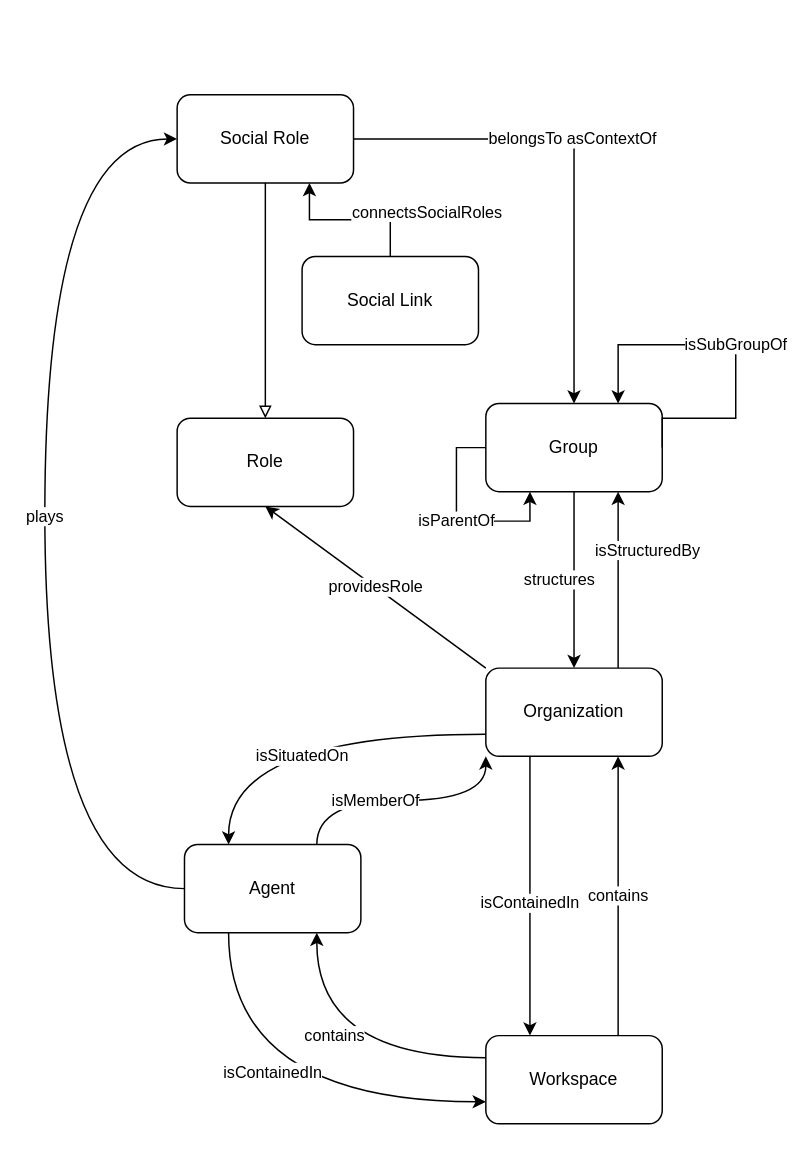
Above: domains/logistics/structure-organization/structure-organization.drawio in HyperAgents/hmas (draw.io), before the change. Source tidied: cells renumbered, new cells numbered last; positions are measured from the earlier drawing's top-left corner, leaving out a move shared by most shapes. Both pictures are drawn from the tidied source at 147%, with x=0, y=0 at pixel (44, 94).
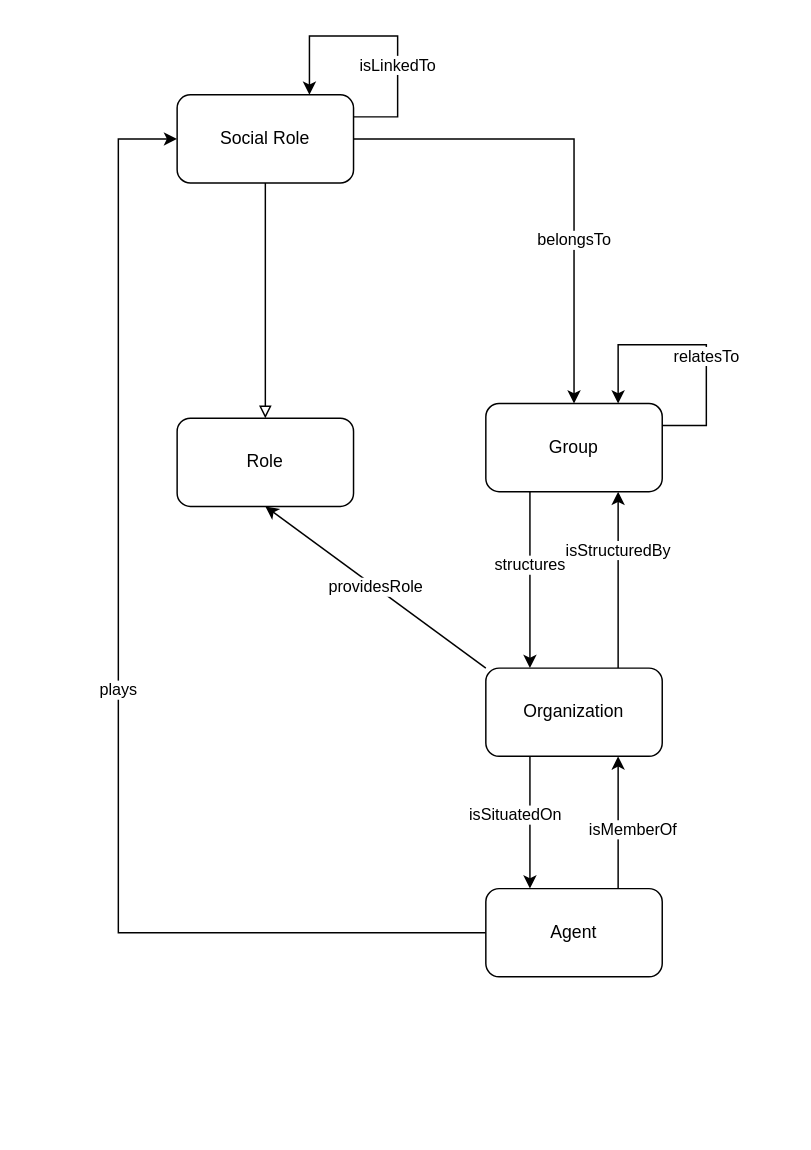
The same page after the edit.

Commit message (it also covers changes not shown here):
Initial version Structure an Organization motivating scenario

The change refers to these unchanged cells:
```xml
<mxCell id="7" value="Organization" style="rounded=1;whiteSpace=wrap;html=1;" parent="1" vertex="1">
  <mxGeometry x="300" y="390" width="120" height="60" as="geometry" />
</mxCell>
<mxCell id="17" value="Social Role" style="rounded=1;whiteSpace=wrap;html=1;" parent="1" vertex="1">
  <mxGeometry x="90" width="120" height="60" as="geometry" />
</mxCell>
<mxCell id="19" value="Group" style="rounded=1;whiteSpace=wrap;html=1;" parent="1" vertex="1">
  <mxGeometry x="300" y="210" width="120" height="60" as="geometry" />
</mxCell>
```

Diff of the diagram source:
```diff
@@
-    <mxCell id="3" value="isContainedIn" style="edgeStyle=none;rounded=0;jettySize=auto;html=1;exitX=0.25;exitY=1;exitDx=0;exitDy=0;startArrow=none;startFill=0;endArrow=classic;endFill=1;entryX=0.25;entryY=0;entryDx=0;entryDy=0;" parent="1" edge="1" source="7" target="13">
-      <mxGeometry x="0.05" relative="1" as="geometry" />
-    </mxCell>
-    <mxCell id="4" value="isSituatedOn" style="edgeStyle=orthogonalEdgeStyle;rounded=0;jettySize=auto;html=1;exitX=0;exitY=0.75;exitDx=0;exitDy=0;entryX=0.25;entryY=0;entryDx=0;entryDy=0;curved=1;" parent="1" edge="1" source="7" target="11">
-      <mxGeometry y="15" relative="1" as="geometry" />
+    <mxCell id="4" value="isSituatedOn" style="edgeStyle=orthogonalEdgeStyle;rounded=0;jettySize=auto;html=1;exitX=0.25;exitY=1;exitDx=0;exitDy=0;entryX=0.25;entryY=0;entryDx=0;entryDy=0;curved=1;" parent="1" edge="1" source="7" target="11">
+      <mxGeometry x="-0.11" y="-10" relative="1" as="geometry" />
     </mxCell>
-    <mxCell id="5" value="isMemberOf" style="edgeStyle=orthogonalEdgeStyle;rounded=0;jettySize=auto;html=1;exitX=0;exitY=1;exitDx=0;exitDy=0;entryX=0.75;entryY=0;entryDx=0;entryDy=0;curved=1;startArrow=classic;startFill=1;endArrow=none;endFill=0;" parent="1" edge="1" source="7" target="11">
-      <mxGeometry x="0.2" relative="1" as="geometry" />
+    <mxCell id="5" value="isMemberOf" style="edgeStyle=orthogonalEdgeStyle;rounded=0;jettySize=auto;html=1;exitX=0.75;exitY=1;exitDx=0;exitDy=0;entryX=0.75;entryY=0;entryDx=0;entryDy=0;curved=1;startArrow=classic;startFill=1;endArrow=none;endFill=0;" parent="1" edge="1" source="7" target="11">
+      <mxGeometry x="0.11" y="10" relative="1" as="geometry" />
     </mxCell>
     <mxCell id="6" value="isStructuredBy" style="edgeStyle=orthogonalEdgeStyle;rounded=0;jettySize=auto;html=1;exitX=0.75;exitY=0;exitDx=0;exitDy=0;entryX=0.75;entryY=1;entryDx=0;entryDy=0;" parent="1" edge="1" source="7" target="19">
-      <mxGeometry x="0.33" y="-20" relative="1" as="geometry" />
+      <mxGeometry x="0.33" relative="1" as="geometry" />
     </mxCell>
@@
-    <mxCell id="9" value="isContainedIn" style="edgeStyle=orthogonalEdgeStyle;rounded=0;jettySize=auto;html=1;exitX=0.25;exitY=1;exitDx=0;exitDy=0;entryX=0;entryY=0.75;entryDx=0;entryDy=0;startArrow=none;startFill=0;endArrow=classic;endFill=1;curved=1;" parent="1" edge="1" source="11" target="13">
-      <mxGeometry y="20" relative="1" as="geometry" />
-    </mxCell>
-    <mxCell id="10" value="plays" style="edgeStyle=orthogonalEdgeStyle;rounded=0;jettySize=auto;html=1;exitX=0;exitY=0.5;exitDx=0;exitDy=0;entryX=0;entryY=0.5;entryDx=0;entryDy=0;curved=1;" parent="1" edge="1" source="11" target="17">
+    <mxCell id="10" value="plays" style="edgeStyle=orthogonalEdgeStyle;rounded=0;jettySize=auto;html=1;exitX=0;exitY=0.5;exitDx=0;exitDy=0;entryX=0;entryY=0.5;entryDx=0;entryDy=0;" parent="1" edge="1" source="11" target="17">
       <mxGeometry relative="1" as="geometry">
         <Array as="points">
-          <mxPoint y="540" />
-          <mxPoint y="30" />
+          <mxPoint x="50" y="570" />
+          <mxPoint x="50" y="30" />
         </Array>
       </mxGeometry>
     </mxCell>
     <mxCell id="11" value="Agent" style="rounded=1;whiteSpace=wrap;html=1;" parent="1" vertex="1">
-      <mxGeometry x="95" y="510" width="120" height="60" as="geometry" />
+      <mxGeometry x="300" y="540" width="120" height="60" as="geometry" />
     </mxCell>
-    <mxCell id="12" value="contains" style="edgeStyle=orthogonalEdgeStyle;curved=1;rounded=0;jettySize=auto;html=1;exitX=0;exitY=0.25;exitDx=0;exitDy=0;entryX=0.75;entryY=1;entryDx=0;entryDy=0;startArrow=none;startFill=0;endArrow=classic;endFill=1;" parent="1" edge="1" source="13" target="11">
-      <mxGeometry x="0.03" y="-15" relative="1" as="geometry" />
-    </mxCell>
-    <mxCell id="13" value="Workspace" style="rounded=1;whiteSpace=wrap;html=1;" parent="1" vertex="1">
-      <mxGeometry x="300" y="640" width="120" height="60" as="geometry" />
-    </mxCell>
-    <mxCell id="14" value="contains" style="endArrow=classic;html=1;rounded=0;curved=1;entryX=0.75;entryY=1;entryDx=0;entryDy=0;exitX=0.75;exitY=0;exitDx=0;exitDy=0;" parent="1" edge="1" source="13" target="7">
-      <mxGeometry relative="1" as="geometry" />
-    </mxCell>
@@
-    <mxCell id="16" value="&lt;div&gt;belongsTo asContextOf&lt;/div&gt;" style="edgeStyle=orthogonalEdgeStyle;rounded=0;jettySize=auto;html=1;exitX=1;exitY=0.5;exitDx=0;exitDy=0;" parent="1" edge="1" source="17" target="19">
-      <mxGeometry x="-0.1" relative="1" as="geometry" />
+    <mxCell id="16" value="&lt;div&gt;belongsTo&lt;/div&gt;" style="edgeStyle=orthogonalEdgeStyle;rounded=0;jettySize=auto;html=1;exitX=1;exitY=0.5;exitDx=0;exitDy=0;" parent="1" edge="1" source="17" target="19">
+      <mxGeometry x="0.33" relative="1" as="geometry" />
     </mxCell>
@@
-    <mxCell id="18" value="structures" style="edgeStyle=orthogonalEdgeStyle;rounded=0;jettySize=auto;html=1;exitX=0.5;exitY=1;exitDx=0;exitDy=0;" parent="1" edge="1" source="19" target="7">
-      <mxGeometry y="-10" relative="1" as="geometry" />
+    <mxCell id="18" value="structures" style="rounded=0;jettySize=auto;html=1;exitX=0.25;exitY=1;exitDx=0;exitDy=0;entryX=0.25;entryY=0;entryDx=0;entryDy=0;" parent="1" edge="1" source="19" target="7">
+      <mxGeometry x="-0.17" relative="1" as="geometry" />
     </mxCell>
@@
-    <mxCell id="20" value="isSubGroupOf" style="edgeStyle=orthogonalEdgeStyle;rounded=0;orthogonalLoop=1;jettySize=auto;html=1;exitX=1;exitY=0.5;exitDx=0;exitDy=0;entryX=0.75;entryY=0;entryDx=0;entryDy=0;" parent="1" edge="1" source="19" target="19">
-      <mxGeometry relative="1" as="geometry">
+    <mxCell id="20" value="relatesTo" style="edgeStyle=orthogonalEdgeStyle;rounded=0;orthogonalLoop=1;jettySize=auto;html=1;exitX=1;exitY=0.25;exitDx=0;exitDy=0;entryX=0.75;entryY=0;entryDx=0;entryDy=0;startArrow=none;startFill=0;" parent="1" edge="1" source="19" target="19">
+      <mxGeometry x="-0.17" relative="1" as="geometry">
         <Array as="points">
-          <mxPoint x="420" y="220" />
-          <mxPoint x="470" y="220" />
-          <mxPoint x="470" y="170" />
+          <mxPoint x="450" y="225" />
+          <mxPoint x="450" y="170" />
           <mxPoint x="390" y="170" />
         </Array>
       </mxGeometry>
     </mxCell>
-    <mxCell id="21" value="isParentOf" style="edgeStyle=orthogonalEdgeStyle;rounded=0;orthogonalLoop=1;jettySize=auto;html=1;exitX=0;exitY=0.5;exitDx=0;exitDy=0;entryX=0.25;entryY=1;entryDx=0;entryDy=0;" parent="1" edge="1" source="19" target="19">
-      <mxGeometry relative="1" as="geometry" />
-    </mxCell>
-    <mxCell id="22" value="connectsSocialRoles" style="edgeStyle=orthogonalEdgeStyle;rounded=0;jettySize=auto;html=1;exitX=0.5;exitY=0;exitDx=0;exitDy=0;entryX=0.75;entryY=1;entryDx=0;entryDy=0;" parent="1" edge="1" source="23" target="17">
-      <mxGeometry x="-0.52" y="-25" relative="1" as="geometry">
-        <mxPoint x="25" y="20" as="offset" />
-      </mxGeometry>
-    </mxCell>
-    <mxCell id="23" value="Social Link" style="rounded=1;whiteSpace=wrap;html=1;" parent="1" vertex="1">
-      <mxGeometry x="175" y="110" width="120" height="60" as="geometry" />
-    </mxCell>
+    <mxCell id="24" value="isLinkedTo" style="edgeStyle=orthogonalEdgeStyle;rounded=0;orthogonalLoop=1;jettySize=auto;html=1;exitX=1;exitY=0.25;exitDx=0;exitDy=0;entryX=0.75;entryY=0;entryDx=0;entryDy=0;elbow=vertical;startArrow=none;startFill=0;" parent="1" edge="1" source="17" target="17">
+      <mxGeometry x="-0.3" relative="1" as="geometry">
+        <Array as="points">
+          <mxPoint x="240" y="15" />
+          <mxPoint x="240" y="-40" />
+          <mxPoint x="180" y="-40" />
+        </Array>
+      </mxGeometry>
+    </mxCell>
```
